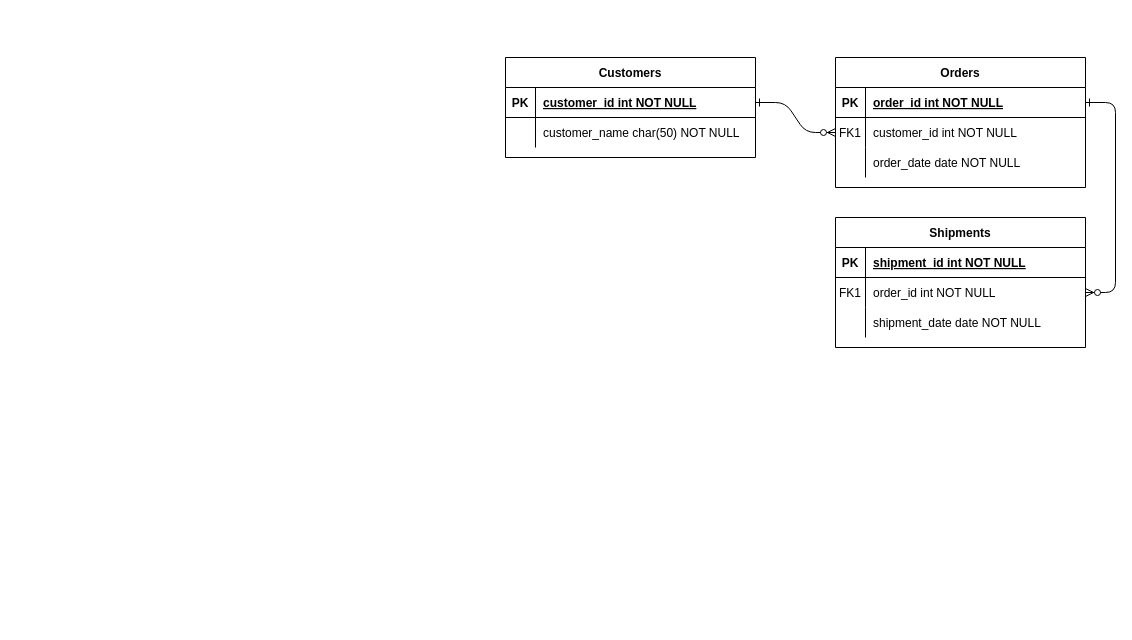
The draw.io diagram Diagrama sin título.drawio in sharovare/Diseno-Entidad-Relacion, before the edit. Source tidied: cells renumbered, new cells numbered last; positions are measured from the earlier drawing's top-left corner, leaving out a move shared by most shapes. Both pictures are drawn from the tidied source at 100%, with x=0, y=0 at pixel (505, 57).
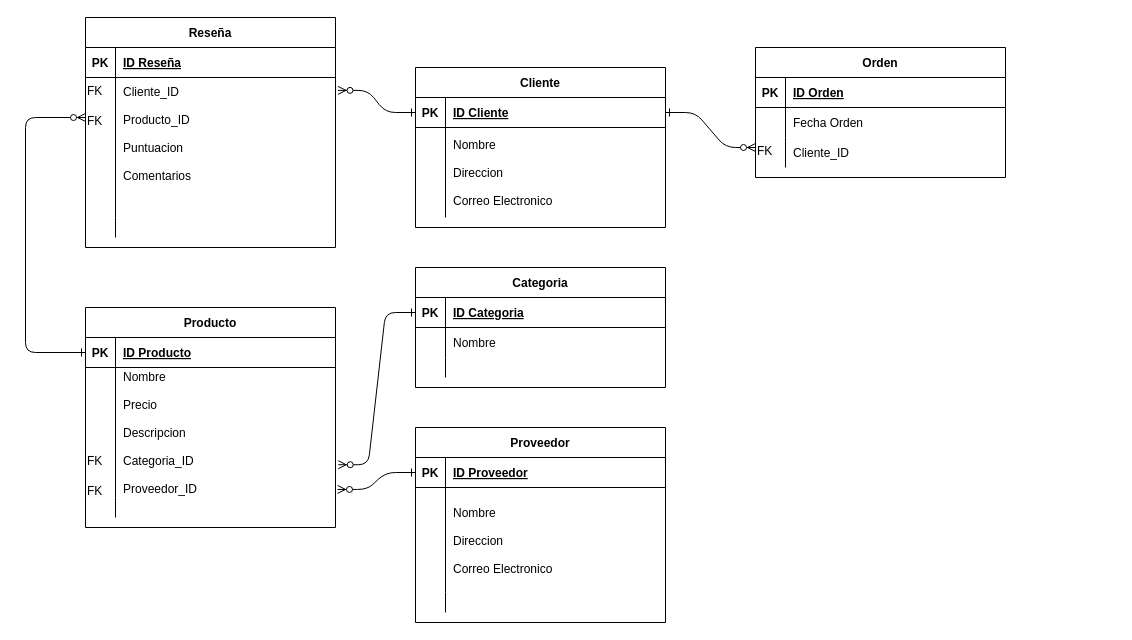
The same page after the edit.

Unchanged cells that the change refers to:
```xml
<mxCell id="5" style="shape=partialRectangle;fillColor=none;points=[[0,0.5],[1,0.5]];portConstraint=eastwest;top=0;left=0;right=0;bottom=1;" parent="4" vertex="1">
  <mxGeometry y="30" width="250" height="30" as="geometry" />
</mxCell>
<mxCell id="15" style="shape=partialRectangle;fillColor=none;top=0;left=0;right=0;bottom=1;" parent="14" vertex="1">
  <mxGeometry y="30" width="250" height="30" as="geometry" />
</mxCell>
<mxCell id="18" style="shape=partialRectangle;fillColor=none;points=[[0,0.5],[1,0.5]];portConstraint=eastwest;top=0;left=0;right=0;bottom=0;" parent="14" vertex="1">
  <mxGeometry y="60" width="250" height="30" as="geometry" />
</mxCell>
<mxCell id="21" style="shape=partialRectangle;fillColor=none;top=0;left=0;right=0;bottom=0;" parent="14" vertex="1">
  <mxGeometry y="90" width="250" height="30" as="geometry" />
</mxCell>
<mxCell id="25" style="shape=partialRectangle;fillColor=none;points=[[0,0.5],[1,0.5]];portConstraint=eastwest;top=0;left=0;right=0;bottom=1;" parent="24" vertex="1">
  <mxGeometry y="30" width="250" height="30" as="geometry" />
</mxCell>
```

Change to the diagram source:
```diff
@@
-    <mxCell id="2" style="edgeStyle=entityRelationEdgeStyle;endArrow=ERzeroToMany;startArrow=ERone;endFill=1;startFill=0;" parent="1" edge="1" source="25" target="8">
-      <mxGeometry relative="1" as="geometry" />
-    </mxCell>
-    <mxCell id="3" style="edgeStyle=entityRelationEdgeStyle;endArrow=ERzeroToMany;startArrow=ERone;endFill=1;startFill=0;" parent="1" edge="1" source="5" target="18">
-      <mxGeometry relative="1" as="geometry" />
+    <mxCell id="3" style="edgeStyle=entityRelationEdgeStyle;endArrow=ERzeroToMany;startArrow=ERone;endFill=1;startFill=0;exitX=1;exitY=0.5;exitDx=0;exitDy=0;entryX=0;entryY=0.25;entryDx=0;entryDy=0;" parent="1" edge="1" source="25" target="33">
+      <mxGeometry relative="1" as="geometry">
+        <Array as="points">
+          <mxPoint x="190" y="210" />
+          <mxPoint x="200" y="220" />
+        </Array>
+      </mxGeometry>
     </mxCell>
-    <mxCell id="4" value="Orders" style="shape=table;startSize=30;childLayout=tableLayout;rowLines=0;fontStyle=1;align=center;" parent="1" vertex="1">
-      <mxGeometry x="330" width="250" height="130" as="geometry" />
+    <mxCell id="4" value="Producto" style="shape=table;startSize=30;childLayout=tableLayout;rowLines=0;fontStyle=1;align=center;" parent="1" vertex="1">
+      <mxGeometry x="-420" y="250" width="250" height="220" as="geometry" />
     </mxCell>
@@
-    <mxCell id="7" value="order_id int NOT NULL " style="shape=partialRectangle;overflow=hidden;fillColor=none;top=0;left=0;bottom=0;right=0;align=left;spacingLeft=6;fontStyle=5;" parent="5" vertex="1">
+    <mxCell id="7" value="ID Producto" style="shape=partialRectangle;overflow=hidden;fillColor=none;top=0;left=0;bottom=0;right=0;align=left;spacingLeft=6;fontStyle=5;" parent="5" vertex="1">
       <mxGeometry x="30" width="220" height="30" as="geometry" />
     </mxCell>
     <mxCell id="8" style="shape=partialRectangle;fillColor=none;points=[[0,0.5],[1,0.5]];portConstraint=eastwest;top=0;left=0;right=0;bottom=0;" parent="4" vertex="1">
-      <mxGeometry y="60" width="250" height="30" as="geometry" />
+      <mxGeometry y="60" width="250" height="130" as="geometry" />
     </mxCell>
-    <mxCell id="9" value="FK1" style="shape=partialRectangle;overflow=hidden;fillColor=none;top=0;left=0;bottom=0;right=0;" parent="8" vertex="1">
-      <mxGeometry width="30" height="30" as="geometry" />
+    <mxCell id="9" style="shape=partialRectangle;overflow=hidden;fillColor=none;top=0;left=0;bottom=0;right=0;" parent="8" vertex="1">
+      <mxGeometry width="30" height="130" as="geometry" />
     </mxCell>
-    <mxCell id="10" value="customer_id int NOT NULL" style="shape=partialRectangle;overflow=hidden;fillColor=none;top=0;left=0;bottom=0;right=0;align=left;spacingLeft=6;" parent="8" vertex="1">
-      <mxGeometry x="30" width="220" height="30" as="geometry" />
+    <mxCell id="10" value="Nombre&#10;&#10;Precio&#10;&#10;Descripcion&#10;&#10;Categoria_ID&#10;&#10;Proveedor_ID" style="shape=partialRectangle;overflow=hidden;fillColor=none;top=0;left=0;bottom=0;right=0;align=left;spacingLeft=6;" parent="8" vertex="1">
+      <mxGeometry x="30" width="220" height="130" as="geometry" />
     </mxCell>
     <mxCell id="11" style="shape=partialRectangle;fillColor=none;top=0;left=0;right=0;bottom=0;" parent="4" vertex="1">
-      <mxGeometry y="90" width="250" height="30" as="geometry" />
+      <mxGeometry y="190" width="250" height="20" as="geometry" />
     </mxCell>
     <mxCell id="12" style="shape=partialRectangle;overflow=hidden;fillColor=none;top=0;left=0;bottom=0;right=0;" parent="11" vertex="1">
-      <mxGeometry width="30" height="30" as="geometry" />
+      <mxGeometry width="30" height="20" as="geometry" />
     </mxCell>
-    <mxCell id="13" value="order_date date NOT NULL" style="shape=partialRectangle;overflow=hidden;fillColor=none;top=0;left=0;bottom=0;right=0;align=left;spacingLeft=6;" parent="11" vertex="1">
-      <mxGeometry x="30" width="220" height="30" as="geometry" />
+    <mxCell id="13" style="shape=partialRectangle;overflow=hidden;fillColor=none;top=0;left=0;bottom=0;right=0;align=left;spacingLeft=6;" parent="11" vertex="1">
+      <mxGeometry x="30" width="220" height="20" as="geometry" />
     </mxCell>
-    <mxCell id="14" value="Shipments" style="shape=table;startSize=30;childLayout=tableLayout;rowLines=0;fontStyle=1;align=center;" parent="1" vertex="1">
-      <mxGeometry x="330" y="160" width="250" height="130" as="geometry" />
+    <mxCell id="14" value="Orden" style="shape=table;startSize=30;childLayout=tableLayout;rowLines=0;fontStyle=1;align=center;" parent="1" vertex="1">
+      <mxGeometry x="250" y="-10" width="250" height="130" as="geometry" />
     </mxCell>
@@
-    <mxCell id="17" value="shipment_id int NOT NULL " style="shape=partialRectangle;overflow=hidden;fillColor=none;top=0;left=0;bottom=0;right=0;align=left;spacingLeft=6;fontStyle=5;" parent="15" vertex="1">
+    <mxCell id="17" value="ID Orden" style="shape=partialRectangle;overflow=hidden;fillColor=none;top=0;left=0;bottom=0;right=0;align=left;spacingLeft=6;fontStyle=5;" parent="15" vertex="1">
       <mxGeometry x="30" width="220" height="30" as="geometry" />
     </mxCell>
@@
-    <mxCell id="19" value="FK1" style="shape=partialRectangle;overflow=hidden;fillColor=none;top=0;left=0;bottom=0;right=0;" parent="18" vertex="1">
+    <mxCell id="19" style="shape=partialRectangle;overflow=hidden;fillColor=none;top=0;left=0;bottom=0;right=0;" parent="18" vertex="1">
       <mxGeometry width="30" height="30" as="geometry" />
     </mxCell>
-    <mxCell id="20" value="order_id int NOT NULL" style="shape=partialRectangle;overflow=hidden;fillColor=none;top=0;left=0;bottom=0;right=0;align=left;spacingLeft=6;" parent="18" vertex="1">
+    <mxCell id="20" value="Fecha Orden" style="shape=partialRectangle;overflow=hidden;fillColor=none;top=0;left=0;bottom=0;right=0;align=left;spacingLeft=6;" parent="18" vertex="1">
       <mxGeometry x="30" width="220" height="30" as="geometry" />
     </mxCell>
@@
-    <mxCell id="23" value="shipment_date date NOT NULL" style="shape=partialRectangle;overflow=hidden;fillColor=none;top=0;left=0;bottom=0;right=0;align=left;spacingLeft=6;" parent="21" vertex="1">
+    <mxCell id="23" value="Cliente_ID" style="shape=partialRectangle;overflow=hidden;fillColor=none;top=0;left=0;bottom=0;right=0;align=left;spacingLeft=6;" parent="21" vertex="1">
       <mxGeometry x="30" width="220" height="30" as="geometry" />
     </mxCell>
-    <mxCell id="24" value="Customers" style="shape=table;startSize=30;childLayout=tableLayout;rowLines=0;fontStyle=1;align=center;" parent="1" vertex="1">
-      <mxGeometry width="250" height="100" as="geometry" />
+    <mxCell id="24" value="Cliente" style="shape=table;startSize=30;childLayout=tableLayout;rowLines=0;fontStyle=1;align=center;" parent="1" vertex="1">
+      <mxGeometry x="-90" y="10" width="250" height="160" as="geometry" />
     </mxCell>
@@
-    <mxCell id="27" value="customer_id int NOT NULL " style="shape=partialRectangle;overflow=hidden;fillColor=none;top=0;left=0;bottom=0;right=0;align=left;spacingLeft=6;fontStyle=5;" parent="25" vertex="1">
+    <mxCell id="27" value="ID Cliente" style="shape=partialRectangle;overflow=hidden;fillColor=none;top=0;left=0;bottom=0;right=0;align=left;spacingLeft=6;fontStyle=5;" parent="25" vertex="1">
       <mxGeometry x="30" width="220" height="30" as="geometry" />
     </mxCell>
     <mxCell id="28" style="shape=partialRectangle;fillColor=none;top=0;left=0;right=0;bottom=0;" parent="24" vertex="1">
-      <mxGeometry y="60" width="250" height="30" as="geometry" />
+      <mxGeometry y="60" width="250" height="90" as="geometry" />
     </mxCell>
     <mxCell id="29" style="shape=partialRectangle;overflow=hidden;fillColor=none;top=0;left=0;bottom=0;right=0;" parent="28" vertex="1">
-      <mxGeometry width="30" height="30" as="geometry" />
+      <mxGeometry width="30" height="90" as="geometry" />
     </mxCell>
-    <mxCell id="30" value="customer_name char(50) NOT NULL" style="shape=partialRectangle;overflow=hidden;fillColor=none;top=0;left=0;bottom=0;right=0;align=left;spacingLeft=6;" parent="28" vertex="1">
-      <mxGeometry x="30" width="220" height="30" as="geometry" />
+    <mxCell id="30" value="Nombre&#10;&#10;Direccion&#10;&#10;Correo Electronico" style="shape=partialRectangle;overflow=hidden;fillColor=none;top=0;left=0;bottom=0;right=0;align=left;spacingLeft=6;" parent="28" vertex="1">
+      <mxGeometry x="30" width="220" height="90" as="geometry" />
     </mxCell>
+    <mxCell id="31" value="&lt;span style=&quot;color: rgb(0, 0, 0); font-family: Helvetica; font-size: 12px; font-style: normal; font-variant-ligatures: normal; font-variant-caps: normal; font-weight: 400; letter-spacing: normal; orphans: 2; text-align: center; text-indent: 0px; text-transform: none; widows: 2; word-spacing: 0px; -webkit-text-stroke-width: 0px; background-color: rgb(251, 251, 251); text-decoration-thickness: initial; text-decoration-style: initial; text-decoration-color: initial; float: none; display: inline !important;&quot;&gt;FK&lt;/span&gt;" style="text;whiteSpace=wrap;html=1;" parent="1" vertex="1">
+      <mxGeometry x="-420" y="390" width="60" height="40" as="geometry" />
+    </mxCell>
+    <mxCell id="32" value="&lt;span style=&quot;color: rgb(0, 0, 0); font-family: Helvetica; font-size: 12px; font-style: normal; font-variant-ligatures: normal; font-variant-caps: normal; font-weight: 400; letter-spacing: normal; orphans: 2; text-align: center; text-indent: 0px; text-transform: none; widows: 2; word-spacing: 0px; -webkit-text-stroke-width: 0px; background-color: rgb(251, 251, 251); text-decoration-thickness: initial; text-decoration-style: initial; text-decoration-color: initial; float: none; display: inline !important;&quot;&gt;FK&lt;/span&gt;" style="text;whiteSpace=wrap;html=1;" parent="1" vertex="1">
+      <mxGeometry x="-420" y="420" width="60" height="40" as="geometry" />
+    </mxCell>
+    <mxCell id="33" value="&lt;span style=&quot;color: rgb(0, 0, 0); font-family: Helvetica; font-size: 12px; font-style: normal; font-variant-ligatures: normal; font-variant-caps: normal; font-weight: 400; letter-spacing: normal; orphans: 2; text-align: center; text-indent: 0px; text-transform: none; widows: 2; word-spacing: 0px; -webkit-text-stroke-width: 0px; background-color: rgb(251, 251, 251); text-decoration-thickness: initial; text-decoration-style: initial; text-decoration-color: initial; float: none; display: inline !important;&quot;&gt;FK&lt;/span&gt;" style="text;whiteSpace=wrap;html=1;" parent="1" vertex="1">
+      <mxGeometry x="250" y="80" width="60" height="40" as="geometry" />
+    </mxCell>
+    <mxCell id="34" value="Categoria" style="shape=table;startSize=30;childLayout=tableLayout;rowLines=0;fontStyle=1;align=center;" parent="1" vertex="1">
+      <mxGeometry x="-90" y="210" width="250" height="120" as="geometry" />
+    </mxCell>
+    <mxCell id="35" style="shape=partialRectangle;fillColor=none;points=[[0,0.5],[1,0.5]];portConstraint=eastwest;top=0;left=0;right=0;bottom=1;" parent="34" vertex="1">
+      <mxGeometry y="30" width="250" height="30" as="geometry" />
+    </mxCell>
+    <mxCell id="36" value="PK" style="shape=partialRectangle;overflow=hidden;fillColor=none;top=0;left=0;bottom=0;right=0;fontStyle=1;" parent="35" vertex="1">
+      <mxGeometry width="30" height="30" as="geometry" />
+    </mxCell>
+    <mxCell id="37" value="ID Categoria" style="shape=partialRectangle;overflow=hidden;fillColor=none;top=0;left=0;bottom=0;right=0;align=left;spacingLeft=6;fontStyle=5;" parent="35" vertex="1">
+      <mxGeometry x="30" width="220" height="30" as="geometry" />
+    </mxCell>
+    <mxCell id="38" style="shape=partialRectangle;fillColor=none;top=0;left=0;right=0;bottom=0;" parent="34" vertex="1">
+      <mxGeometry y="60" width="250" height="30" as="geometry" />
+    </mxCell>
+    <mxCell id="39" style="shape=partialRectangle;overflow=hidden;fillColor=none;top=0;left=0;bottom=0;right=0;" parent="38" vertex="1">
+      <mxGeometry width="30" height="30" as="geometry" />
+    </mxCell>
+    <mxCell id="40" value="Nombre" style="shape=partialRectangle;overflow=hidden;fillColor=none;top=0;left=0;bottom=0;right=0;align=left;spacingLeft=6;" parent="38" vertex="1">
+      <mxGeometry x="30" width="220" height="30" as="geometry" />
+    </mxCell>
+    <mxCell id="41" style="shape=partialRectangle;fillColor=none;top=0;left=0;right=0;bottom=0;" parent="34" vertex="1">
+      <mxGeometry y="90" width="250" height="20" as="geometry" />
+    </mxCell>
+    <mxCell id="42" style="shape=partialRectangle;overflow=hidden;fillColor=none;top=0;left=0;bottom=0;right=0;" parent="41" vertex="1">
+      <mxGeometry width="30" height="20" as="geometry" />
+    </mxCell>
+    <mxCell id="43" style="shape=partialRectangle;overflow=hidden;fillColor=none;top=0;left=0;bottom=0;right=0;align=left;spacingLeft=6;" parent="41" vertex="1">
+      <mxGeometry x="30" width="220" height="20" as="geometry" />
+    </mxCell>
+    <mxCell id="44" value="Proveedor" style="shape=table;startSize=30;childLayout=tableLayout;rowLines=0;fontStyle=1;align=center;" parent="1" vertex="1">
+      <mxGeometry x="-90" y="370" width="250" height="195" as="geometry" />
+    </mxCell>
+    <mxCell id="45" style="shape=partialRectangle;fillColor=none;points=[[0,0.5],[1,0.5]];portConstraint=eastwest;top=0;left=0;right=0;bottom=1;" parent="44" vertex="1">
+      <mxGeometry y="30" width="250" height="30" as="geometry" />
+    </mxCell>
+    <mxCell id="46" value="PK" style="shape=partialRectangle;overflow=hidden;fillColor=none;top=0;left=0;bottom=0;right=0;fontStyle=1;" parent="45" vertex="1">
+      <mxGeometry width="30" height="30" as="geometry" />
+    </mxCell>
+    <mxCell id="47" value="ID Proveedor" style="shape=partialRectangle;overflow=hidden;fillColor=none;top=0;left=0;bottom=0;right=0;align=left;spacingLeft=6;fontStyle=5;" parent="45" vertex="1">
+      <mxGeometry x="30" width="220" height="30" as="geometry" />
+    </mxCell>
+    <mxCell id="48" style="shape=partialRectangle;fillColor=none;top=0;left=0;right=0;bottom=0;" parent="44" vertex="1">
+      <mxGeometry y="60" width="250" height="105" as="geometry" />
+    </mxCell>
+    <mxCell id="49" style="shape=partialRectangle;overflow=hidden;fillColor=none;top=0;left=0;bottom=0;right=0;" parent="48" vertex="1">
+      <mxGeometry width="30" height="105" as="geometry" />
+    </mxCell>
+    <mxCell id="50" value="Nombre&#10;&#10;Direccion&#10;&#10;Correo Electronico" style="shape=partialRectangle;overflow=hidden;fillColor=none;top=0;left=0;bottom=0;right=0;align=left;spacingLeft=6;" parent="48" vertex="1">
+      <mxGeometry x="30" width="220" height="105" as="geometry" />
+    </mxCell>
+    <mxCell id="51" style="shape=partialRectangle;fillColor=none;top=0;left=0;right=0;bottom=0;" parent="44" vertex="1">
+      <mxGeometry y="165" width="250" height="20" as="geometry" />
+    </mxCell>
+    <mxCell id="52" style="shape=partialRectangle;overflow=hidden;fillColor=none;top=0;left=0;bottom=0;right=0;" parent="51" vertex="1">
+      <mxGeometry width="30" height="20" as="geometry" />
+    </mxCell>
+    <mxCell id="53" style="shape=partialRectangle;overflow=hidden;fillColor=none;top=0;left=0;bottom=0;right=0;align=left;spacingLeft=6;" parent="51" vertex="1">
+      <mxGeometry x="30" width="220" height="20" as="geometry" />
+    </mxCell>
+    <mxCell id="54" value="Reseña" style="shape=table;startSize=30;childLayout=tableLayout;rowLines=0;fontStyle=1;align=center;" parent="1" vertex="1">
+      <mxGeometry x="-420" y="-40" width="250" height="230" as="geometry" />
+    </mxCell>
+    <mxCell id="55" style="shape=partialRectangle;fillColor=none;top=0;left=0;right=0;bottom=1;" parent="54" vertex="1">
+      <mxGeometry y="30" width="250" height="30" as="geometry" />
+    </mxCell>
+    <mxCell id="56" value="PK" style="shape=partialRectangle;overflow=hidden;fillColor=none;top=0;left=0;bottom=0;right=0;fontStyle=1;" parent="55" vertex="1">
+      <mxGeometry width="30" height="30" as="geometry" />
+    </mxCell>
+    <mxCell id="57" value="ID Reseña" style="shape=partialRectangle;overflow=hidden;fillColor=none;top=0;left=0;bottom=0;right=0;align=left;spacingLeft=6;fontStyle=5;" parent="55" vertex="1">
+      <mxGeometry x="30" width="220" height="30" as="geometry" />
+    </mxCell>
+    <mxCell id="58" style="shape=partialRectangle;fillColor=none;points=[[0,0.5],[1,0.5]];portConstraint=eastwest;top=0;left=0;right=0;bottom=0;" parent="54" vertex="1">
+      <mxGeometry y="60" width="250" height="140" as="geometry" />
+    </mxCell>
+    <mxCell id="59" style="shape=partialRectangle;overflow=hidden;fillColor=none;top=0;left=0;bottom=0;right=0;" parent="58" vertex="1">
+      <mxGeometry width="30" height="140" as="geometry" />
+    </mxCell>
+    <mxCell id="60" value="Cliente_ID&#10;&#10;Producto_ID&#10;&#10;Puntuacion&#10;&#10;Comentarios&#10;&#10;" style="shape=partialRectangle;overflow=hidden;fillColor=none;top=0;left=0;bottom=0;right=0;align=left;spacingLeft=6;" parent="58" vertex="1">
+      <mxGeometry x="30" width="220" height="140" as="geometry" />
+    </mxCell>
+    <mxCell id="61" style="shape=partialRectangle;fillColor=none;top=0;left=0;right=0;bottom=0;" parent="54" vertex="1">
+      <mxGeometry y="200" width="250" height="20" as="geometry" />
+    </mxCell>
+    <mxCell id="62" style="shape=partialRectangle;overflow=hidden;fillColor=none;top=0;left=0;bottom=0;right=0;" parent="61" vertex="1">
+      <mxGeometry width="30" height="20" as="geometry" />
+    </mxCell>
+    <mxCell id="63" style="shape=partialRectangle;overflow=hidden;fillColor=none;top=0;left=0;bottom=0;right=0;align=left;spacingLeft=6;" parent="61" vertex="1">
+      <mxGeometry x="30" width="220" height="20" as="geometry" />
+    </mxCell>
+    <mxCell id="64" value="&lt;span style=&quot;color: rgb(0, 0, 0); font-family: Helvetica; font-size: 12px; font-style: normal; font-variant-ligatures: normal; font-variant-caps: normal; font-weight: 400; letter-spacing: normal; orphans: 2; text-align: center; text-indent: 0px; text-transform: none; widows: 2; word-spacing: 0px; -webkit-text-stroke-width: 0px; background-color: rgb(251, 251, 251); text-decoration-thickness: initial; text-decoration-style: initial; text-decoration-color: initial; float: none; display: inline !important;&quot;&gt;FK&lt;/span&gt;" style="text;whiteSpace=wrap;html=1;" parent="1" vertex="1">
+      <mxGeometry x="-420" y="20" width="60" height="40" as="geometry" />
+    </mxCell>
+    <mxCell id="65" value="&lt;span style=&quot;color: rgb(0, 0, 0); font-family: Helvetica; font-size: 12px; font-style: normal; font-variant-ligatures: normal; font-variant-caps: normal; font-weight: 400; letter-spacing: normal; orphans: 2; text-align: center; text-indent: 0px; text-transform: none; widows: 2; word-spacing: 0px; -webkit-text-stroke-width: 0px; background-color: rgb(251, 251, 251); text-decoration-thickness: initial; text-decoration-style: initial; text-decoration-color: initial; float: none; display: inline !important;&quot;&gt;FK&lt;/span&gt;" style="text;whiteSpace=wrap;html=1;" parent="1" vertex="1">
+      <mxGeometry x="-420" y="50" width="60" height="40" as="geometry" />
+    </mxCell>
+    <mxCell id="66" style="edgeStyle=entityRelationEdgeStyle;endArrow=ERzeroToMany;startArrow=ERone;endFill=1;startFill=0;exitX=0;exitY=0.5;exitDx=0;exitDy=0;entryX=1.011;entryY=0.748;entryDx=0;entryDy=0;entryPerimeter=0;" parent="1" edge="1" source="35" target="8">
+      <mxGeometry relative="1" as="geometry">
+        <Array as="points">
+          <mxPoint x="190" y="405" />
+          <mxPoint x="200" y="415" />
+        </Array>
+      </mxGeometry>
+    </mxCell>
+    <mxCell id="67" style="edgeStyle=entityRelationEdgeStyle;endArrow=ERzeroToMany;startArrow=ERone;endFill=1;startFill=0;exitX=0;exitY=0.5;exitDx=0;exitDy=0;entryX=1.008;entryY=0.938;entryDx=0;entryDy=0;entryPerimeter=0;" parent="1" edge="1" source="45" target="8">
+      <mxGeometry relative="1" as="geometry">
+        <Array as="points">
+          <mxPoint x="190" y="575" />
+          <mxPoint x="190" y="480" />
+          <mxPoint x="200" y="585" />
+        </Array>
+      </mxGeometry>
+    </mxCell>
+    <mxCell id="68" style="edgeStyle=entityRelationEdgeStyle;endArrow=ERzeroToMany;startArrow=ERone;endFill=1;startFill=0;exitX=0;exitY=0.5;exitDx=0;exitDy=0;entryX=1.01;entryY=0.092;entryDx=0;entryDy=0;strokeColor=default;rounded=1;entryPerimeter=0;" parent="1" edge="1" source="25" target="58">
+      <mxGeometry relative="1" as="geometry">
+        <Array as="points">
+          <mxPoint x="-240" y="10" />
+          <mxPoint x="-130" y="110" />
+          <mxPoint x="-180" y="205" />
+          <mxPoint x="-430" y="110" />
+          <mxPoint x="-300" y="80" />
+          <mxPoint x="-350" y="50" />
+          <mxPoint x="-340" y="50" />
+          <mxPoint x="-320" y="55" />
+          <mxPoint x="-380" y="40" />
+          <mxPoint x="-410" y="90" />
+          <mxPoint x="-170" y="85" />
+          <mxPoint x="-170" y="215" />
+        </Array>
+      </mxGeometry>
+    </mxCell>
+    <mxCell id="69" style="edgeStyle=elbowEdgeStyle;endArrow=ERzeroToMany;startArrow=ERone;endFill=1;startFill=0;exitX=0;exitY=0.5;exitDx=0;exitDy=0;entryX=0;entryY=0.25;entryDx=0;entryDy=0;strokeColor=default;rounded=1;jumpStyle=none;" parent="1" edge="1" source="5" target="65">
+      <mxGeometry relative="1" as="geometry">
+        <Array as="points">
+          <mxPoint x="-480" y="180" />
+        </Array>
+      </mxGeometry>
+    </mxCell>
```
